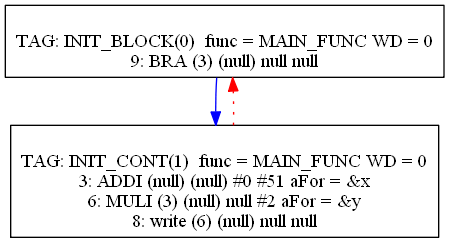
This is Compiler/1graph.png from mbajaj92/Project-Astoria, a Graphviz export, as it was before one commit. Its source is kept beside it as Compiler/1graph.dot.
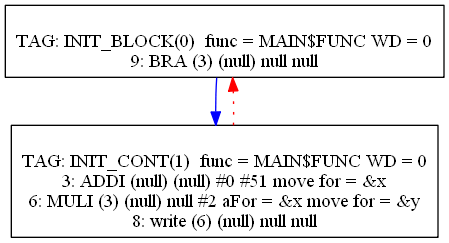
Above is the later version.

What changed in the source:
```diff
@@ -1,14 +1,14 @@
 digraph {
 0[label="
-TAG: INIT_BLOCK(0)  func = MAIN_FUNC WD = 0
+TAG: INIT_BLOCK(0)  func = MAIN$FUNC WD = 0
 9: BRA (3) (null) null null
 "];
 0[shape=box];
 0 -> 1[color=blue]
 1[label="
-TAG: INIT_CONT(1)  func = MAIN_FUNC WD = 0
-3: ADDI (null) (null) #0 #51 aFor = &x
-6: MULI (3) (null) null #2 aFor = &y
+TAG: INIT_CONT(1)  func = MAIN$FUNC WD = 0
+3: ADDI (null) (null) #0 #51 move for = &x
+6: MULI (3) (null) null #2 aFor = &x move for = &y
 8: write (6) (null) null null
 "];
 1[shape=box];
```
